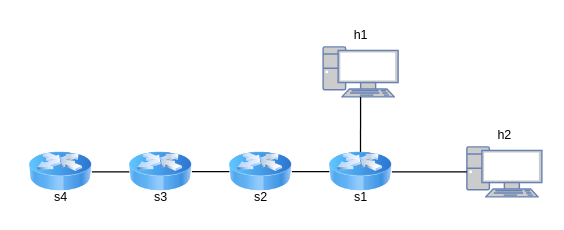
Above: page "ONMTopo" (2 of 5) of misc/publication.drawio in alsadiamir/p4Thesis2021 (draw.io), before the change. Source tidied: cells renumbered, new cells numbered last; positions are measured from the earlier drawing's top-left corner, leaving out a move shared by most shapes. Both pictures are drawn from the tidied source at 125%, with x=0, y=0 at pixel (29, 21).
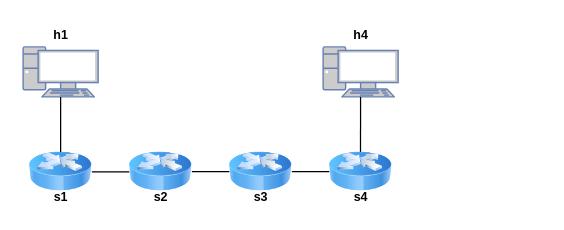
Above is the later version.

Unchanged cells that the change refers to:
```xml
<mxCell id="5" style="image;html=1;image=img/lib/clip_art/networking/Router_Icon_128x128.png;" parent="1" vertex="1">
  <mxGeometry x="240" y="100" width="50" height="40" as="geometry" />
</mxCell>
```

Change to the diagram source:
```diff
@@
-    <mxCell id="9" style="fontColor=#0066CC;verticalAlign=top;verticalLabelPosition=bottom;labelPosition=center;align=center;html=1;outlineConnect=0;fillColor=#CCCCCC;strokeColor=#6881B3;gradientColor=none;gradientDirection=north;strokeWidth=2;shape=mxgraph.networks.pc;" parent="1" vertex="1">
-      <mxGeometry x="350" y="100" width="60" height="40" as="geometry" />
-    </mxCell>
-    <mxCell id="10" style="endArrow=none;html=1;rounded=0;exitX=1;exitY=0.5;exitDx=0;exitDy=0;" parent="1" edge="1" source="5" target="9">
-      <mxGeometry relative="1" as="geometry" />
-    </mxCell>
@@
-    <mxCell id="13" value="&lt;font style=&quot;font-size: 10px&quot;&gt;h1&lt;/font&gt;" style="text;html=1;align=center;verticalAlign=middle;strokeColor=none;fillColor=none;" parent="1" vertex="1">
+    <mxCell id="13" value="&lt;font style=&quot;font-size: 10px&quot;&gt;&lt;b&gt;h4&lt;/b&gt;&lt;/font&gt;" style="text;html=1;align=center;verticalAlign=middle;strokeColor=none;fillColor=none;" parent="1" vertex="1">
       <mxGeometry x="250" width="30" height="20" as="geometry" />
     </mxCell>
-    <mxCell id="14" value="&lt;font style=&quot;font-size: 10px&quot;&gt;h2&lt;/font&gt;" style="text;html=1;align=center;verticalAlign=middle;strokeColor=none;fillColor=none;" parent="1" vertex="1">
-      <mxGeometry x="365" y="80" width="30" height="20" as="geometry" />
-    </mxCell>
-    <mxCell id="15" value="&lt;font style=&quot;font-size: 10px&quot;&gt;s1&lt;/font&gt;" style="text;html=1;align=center;verticalAlign=middle;strokeColor=none;fillColor=none;" parent="1" vertex="1">
+    <mxCell id="15" value="&lt;font style=&quot;font-size: 10px&quot;&gt;&lt;b&gt;s4&lt;/b&gt;&lt;/font&gt;" style="text;html=1;align=center;verticalAlign=middle;strokeColor=none;fillColor=none;" parent="1" vertex="1">
       <mxGeometry x="250" y="130" width="30" height="20" as="geometry" />
     </mxCell>
-    <mxCell id="16" value="&lt;font style=&quot;font-size: 10px&quot;&gt;s2&lt;/font&gt;" style="text;html=1;align=center;verticalAlign=middle;strokeColor=none;fillColor=none;" parent="1" vertex="1">
+    <mxCell id="16" value="&lt;font style=&quot;font-size: 10px&quot;&gt;s3&lt;/font&gt;" style="text;html=1;align=center;verticalAlign=middle;strokeColor=none;fillColor=none;fontStyle=1;" parent="1" vertex="1">
       <mxGeometry x="170" y="130" width="30" height="20" as="geometry" />
     </mxCell>
-    <mxCell id="17" value="&lt;font style=&quot;font-size: 10px&quot;&gt;s3&lt;/font&gt;" style="text;html=1;align=center;verticalAlign=middle;strokeColor=none;fillColor=none;" parent="1" vertex="1">
+    <mxCell id="17" value="&lt;font style=&quot;font-size: 10px&quot;&gt;&lt;b&gt;s2&lt;/b&gt;&lt;/font&gt;" style="text;html=1;align=center;verticalAlign=middle;strokeColor=none;fillColor=none;" parent="1" vertex="1">
       <mxGeometry x="90" y="130" width="30" height="20" as="geometry" />
     </mxCell>
-    <mxCell id="18" value="&lt;font style=&quot;font-size: 10px&quot;&gt;s4&lt;/font&gt;" style="text;html=1;align=center;verticalAlign=middle;strokeColor=none;fillColor=none;" parent="1" vertex="1">
+    <mxCell id="18" value="&lt;font style=&quot;font-size: 10px&quot;&gt;s1&lt;/font&gt;" style="text;html=1;align=center;verticalAlign=middle;strokeColor=none;fillColor=none;fontStyle=1;" parent="1" vertex="1">
       <mxGeometry x="10" y="130" width="30" height="20" as="geometry" />
     </mxCell>
+    <mxCell id="19" style="fontColor=#0066CC;verticalAlign=top;verticalLabelPosition=bottom;labelPosition=center;align=center;html=1;outlineConnect=0;fillColor=#CCCCCC;strokeColor=#6881B3;gradientColor=none;gradientDirection=north;strokeWidth=2;shape=mxgraph.networks.pc;" parent="1" vertex="1">
+      <mxGeometry x="-5" y="20" width="60" height="40" as="geometry" />
+    </mxCell>
+    <mxCell id="20" style="endArrow=none;html=1;rounded=0;" parent="1" edge="1" target="19">
+      <mxGeometry relative="1" as="geometry">
+        <mxPoint x="25" y="104" as="sourcePoint" />
+      </mxGeometry>
+    </mxCell>
+    <mxCell id="21" value="&lt;font style=&quot;font-size: 10px&quot;&gt;h1&lt;/font&gt;" style="text;html=1;align=center;verticalAlign=middle;strokeColor=none;fillColor=none;fontStyle=1;" parent="1" vertex="1">
+      <mxGeometry x="10" width="30" height="20" as="geometry" />
+    </mxCell>
```
